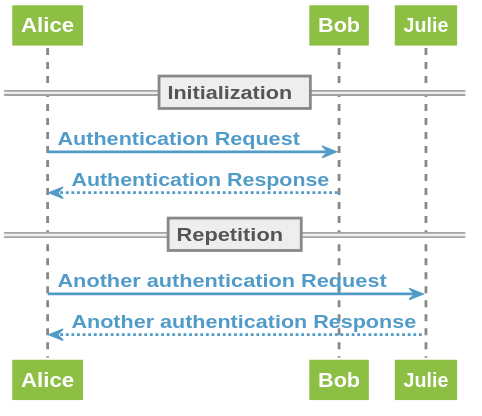
Earlier version of the PlantUML export images/diagram-sequence.svg (NeVraX182/docs). Its diagram source:
```plantuml
@startuml

skinparam backgroundColor transparent
skinparam defaultFontColor #519BC8
skinparam defaultFontStyle bold
skinparam arrowColor #519BC8
skinparam arrowThickness 2
skinparam shadowing false

skinparam actor {
    borderColor #EF525B
    backgroundColor #EF525B
    fontColor #EF525B
}
skinparam agent {
    borderColor white
    backGroundcolor #8DBF44
    fontColor white
}
skinparam database {
    borderColor white
    backGroundcolor #8DBF44
    fontColor white
}
skinparam rectangle {
    borderColor #888888
    backGroundcolor #EEEEEE
    fontColor #888888
}
skinparam cloud {
    borderColor #888888
    backGroundcolor #EEEEEE
    fontColor #888888
}
skinparam folder {
    borderColor #888888
    backGroundcolor #EEEEEE
    fontColor #888888
}
skinparam package {
    borderColor #888888
    backGroundcolor #EEEEEE
    fontColor #888888
}
skinparam frame {
    borderColor #888888
    backGroundcolor #EEEEEE
    fontColor #888888
}
skinparam component {
    borderColor white
    backGroundcolor #8DBF44
    fontColor white
}
skinparam artifact {
    borderColor white
    backGroundcolor #8DBF44
    fontColor white
}
skinparam node {
    borderColor white
    backGroundcolor #8DBF44
    fontColor white
}
skinparam queue {
    borderColor white
    backGroundcolor #8DBF44
    fontColor white
}
skinparam file {
    borderColor white
    backGroundcolor #8DBF44
    fontColor white
}
skinparam storage {
    borderColor white
    backGroundcolor #8DBF44
    fontColor white
}
skinparam interface {
    borderColor #B30C37
    backGroundcolor #EF525B
}
skinparam boundary {
    borderColor #B30C37
    backGroundcolor #EF525B
}
skinparam entity {
    borderColor #B30C37
    backGroundcolor #EF525B
}
skinparam control {
    borderColor #B30C37
    backGroundcolor #EF525B
}
skinparam sequence {
    BoxFontColor white
    ParticipantFontColor white
    ParticipantBackgroundColor #8DBF44
    ParticipantBorderColor white
	LifeLineBorderColor #888888
	LifeLineBorderThickness 2
    DividerFontColor #555555
    DividerBorderColor #888888
    DividerBackGroundcolor #EEEEEE
}
skinparam usecase {
    borderColor white
    fontColor white
    backgroundColor #8DBF44
}
skinparam activity {
    startColor #B30C37
    endColor #B30C37
    borderColor white
    fontColor white
    backgroundColor #8DBF44
    diamondBackgroundColor #EEEEEE
    diamondBorderColor #888888
    diamondFontColor #888888
}
== Initialization ==

Alice -> Bob: Authentication Request
Bob --> Alice: Authentication Response

== Repetition ==

Alice -> Julie: Another authentication Request
Alice <-- Julie: Another authentication Response
@enduml
```
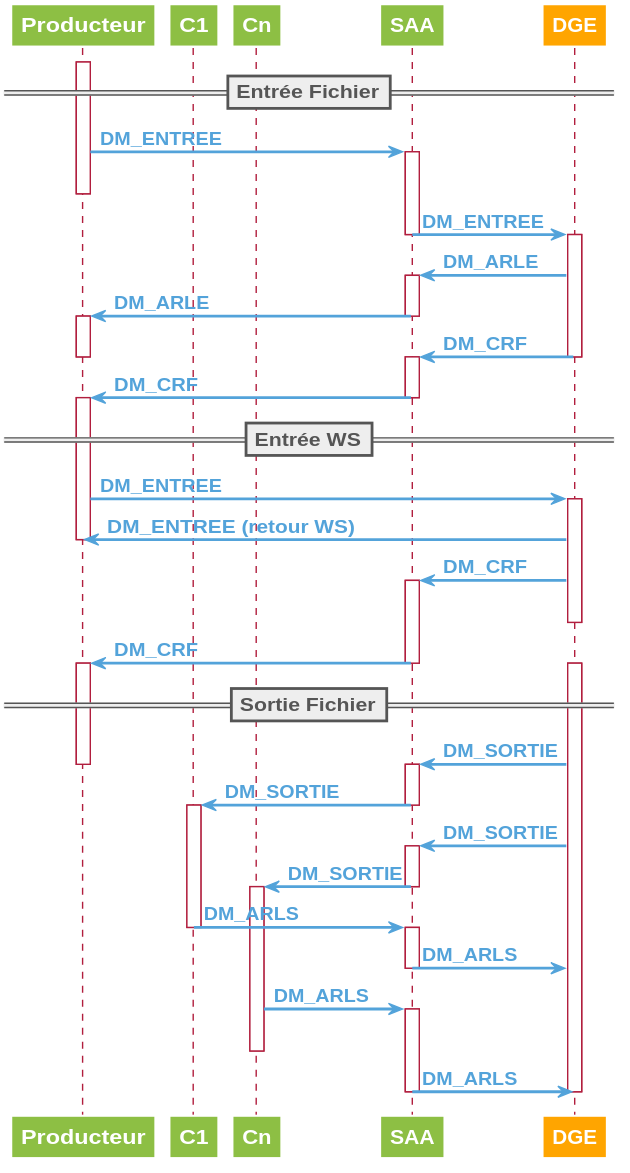
Above is the later version.

The edit, as a diff of the source:
```diff
@@ -1,9 +1,9 @@
 @startuml
 
 skinparam backgroundColor transparent
-skinparam defaultFontColor #519BC8
+skinparam defaultFontColor #53A3DA
 skinparam defaultFontStyle bold
-skinparam arrowColor #519BC8
+skinparam arrowColor #53A3DA
 skinparam arrowThickness 2
 skinparam shadowing false
 
@@ -78,31 +78,38 @@
     fontColor white
 }
 skinparam interface {
-    borderColor #B30C37
+    borderColor #B11E3E
     backGroundcolor #EF525B
 }
 skinparam boundary {
-    borderColor #B30C37
+    borderColor #B11E3E
     backGroundcolor #EF525B
 }
 skinparam entity {
-    borderColor #B30C37
+    borderColor #B11E3E
     backGroundcolor #EF525B
 }
 skinparam control {
-    borderColor #B30C37
+    borderColor #B11E3E
     backGroundcolor #EF525B
 }
 skinparam sequence {
     BoxFontColor white
-    ParticipantFontColor white
-    ParticipantBackgroundColor #8DBF44
-    ParticipantBorderColor white
-	LifeLineBorderColor #888888
-	LifeLineBorderThickness 2
-    DividerFontColor #555555
-    DividerBorderColor #888888
-    DividerBackGroundcolor #EEEEEE
+    participant {
+        FontColor white
+        BackgroundColor #8DBF44
+        BorderColor white
+    }
+    lifeLine {
+	    BorderColor #B11E3E
+	    BorderThickness 1
+	    BackgroundColor #FFFFFF
+	}
+    divider {
+        FontColor #555555
+        BorderColor #555555
+        BackGroundcolor #EEEEEE
+    }
 }
 skinparam usecase {
     borderColor white
@@ -110,22 +117,78 @@
     backgroundColor #8DBF44
 }
 skinparam activity {
-    startColor #B30C37
-    endColor #B30C37
+    startColor #B11E3E
+    endColor #B11E3E
     borderColor white
     fontColor white
     backgroundColor #8DBF44
-    diamondBackgroundColor #EEEEEE
-    diamondBorderColor #888888
-    diamondFontColor #888888
+    diamond {
+        backgroundColor #EEEEEE
+        borderColor #888888
+        fontColor #888888
+    }
 }
-== Initialization ==
+participant Producteur
+participant C1
+participant Cn
+participant SAA
+participant DGE #orange
 
-Alice -> Bob: Authentication Request
-Bob --> Alice: Authentication Response
+==Entrée Fichier==
+activate Producteur
+Producteur -> SAA : DM_ENTREE
+activate SAA
+deactivate Producteur
+SAA -> DGE : DM_ENTREE
+deactivate SAA
+activate DGE
+DGE -> SAA : DM_ARLE
+activate SAA
+SAA -> Producteur : DM_ARLE
+deactivate SAA
+activate Producteur
+DGE -> SAA : DM_CRF
+deactivate Producteur
+deactivate DGE
+activate SAA
+SAA -> Producteur : DM_CRF
+deactivate SAA
+activate Producteur
 
-== Repetition ==
+==Entrée WS==
+Producteur -> DGE : DM_ENTREE
+activate DGE
+DGE -> Producteur : DM_ENTREE (retour WS)
+deactivate Producteur
+DGE -> SAA : DM_CRF
+activate SAA
+deactivate DGE
+SAA -> Producteur : DM_CRF
+deactivate SAA
+activate Producteur
 
-Alice -> Julie: Another authentication Request
-Alice <-- Julie: Another authentication Response
+==Sortie Fichier==
+activate DGE
+DGE -> SAA : DM_SORTIE
+deactivate Producteur
+activate SAA
+SAA -> C1 : DM_SORTIE
+deactivate SAA
+activate C1
+DGE -> SAA : DM_SORTIE
+activate SAA
+SAA -> Cn : DM_SORTIE
+deactivate SAA
+activate Cn
+C1 -> SAA : DM_ARLS
+deactivate C1
+activate SAA
+SAA -> DGE : DM_ARLS
+deactivate SAA
+Cn -> SAA : DM_ARLS
+activate SAA
+deactivate Cn
+SAA -> DGE : DM_ARLS
+deactivate SAA
+deactivate DGE
 @enduml
```
